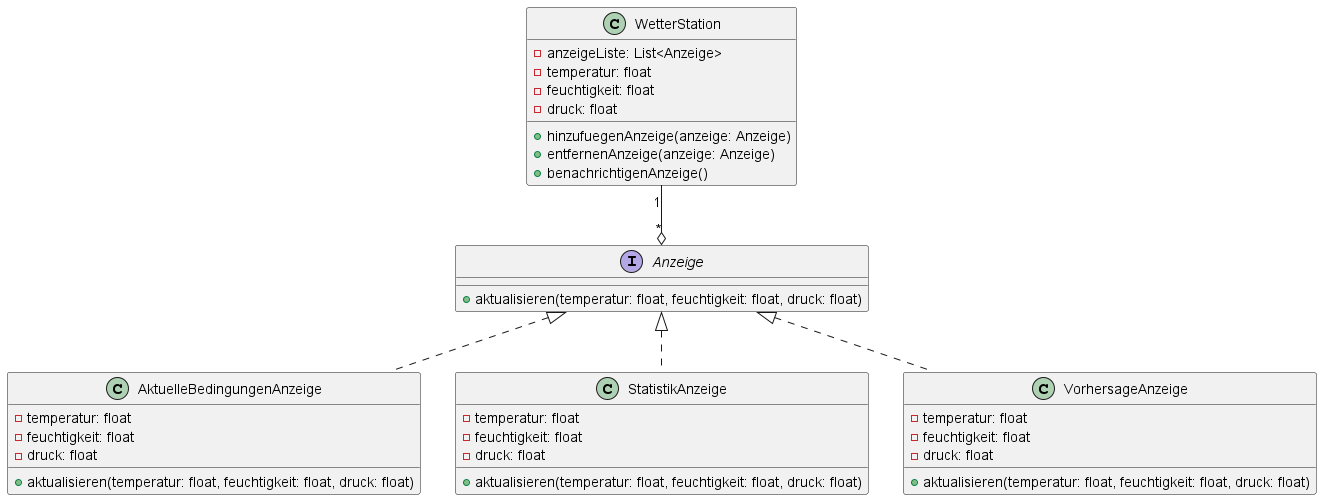
Before: dojo-dungeon/todo-assets/Fragen_Pattern/UML_Klassendiagramm1.png, a diagram exported from PlantUML (Dungeon-CampusMinden/Dungeon).
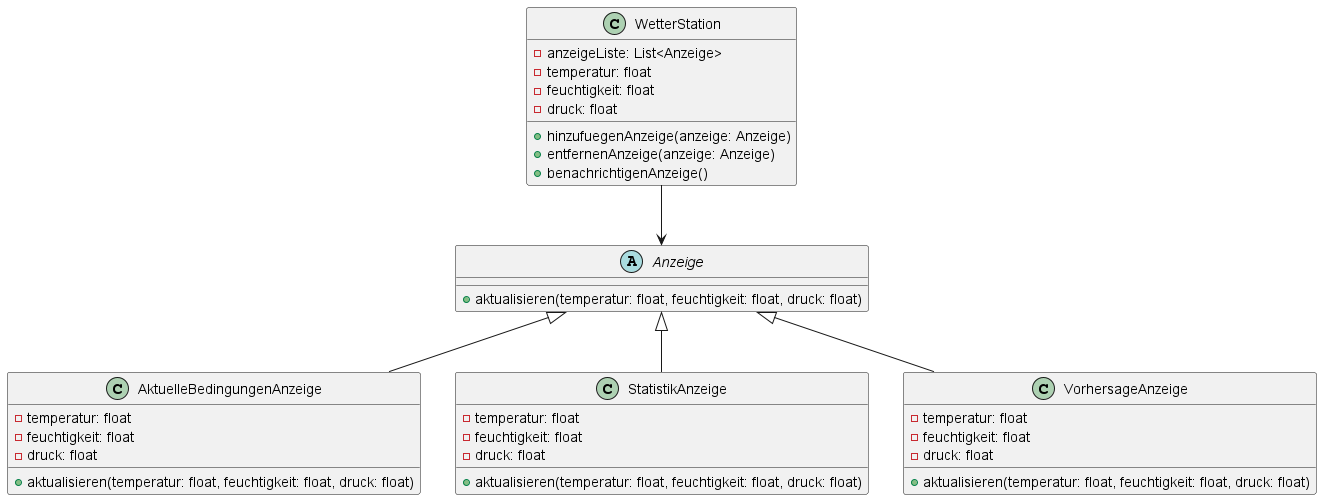
Later version of the same file.

Change to the diagram source:
```diff
@@ -1,5 +1,5 @@
 @startuml UML_Klassendiagramm1.png
-interface Anzeige {
+abstract Anzeige {
   +aktualisieren(temperatur: float, feuchtigkeit: float, druck: float)
 }
 
@@ -34,8 +34,8 @@
   +aktualisieren(temperatur: float, feuchtigkeit: float, druck: float)
 }
 
-WetterStation "1" --o "*" Anzeige
-Anzeige <|.. AktuelleBedingungenAnzeige
-Anzeige <|.. StatistikAnzeige
-Anzeige <|.. VorhersageAnzeige
+WetterStation --> Anzeige
+Anzeige <|-- AktuelleBedingungenAnzeige
+Anzeige <|-- StatistikAnzeige
+Anzeige <|-- VorhersageAnzeige
 @enduml
```
